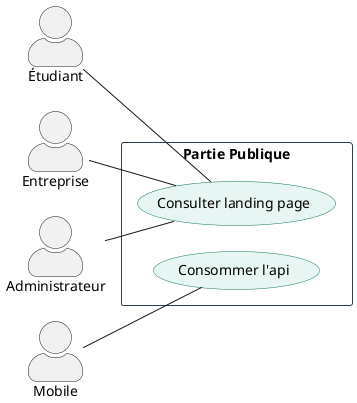
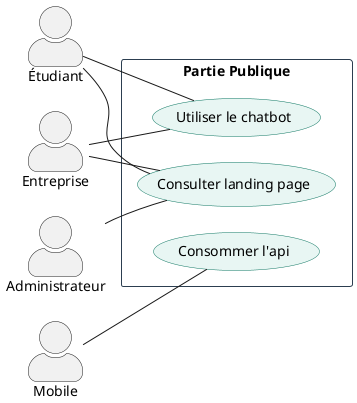
@startuml StageFlow_Public_UseCase
left to right direction
skinparam actorStyle awesome

skinparam packageStyle rectangle
skinparam shadowing false

skinparam package {
    BackgroundColor White
    BorderColor #2C3E50
}

skinparam usecase {
    BackgroundColor #E8F6F3
    BorderColor #117864
}

skinparam nodesep 25
skinparam ranksep 25

- 
actor "Étudiant" as E
actor "Entreprise" as Ent
actor "Administrateur" as Admin
actor "Mobile" as Mob

package "Partie Publique" {

    usecase "Consulter landing page" as UC1
-     usecase "Consommer l'api" as UC2
+     usecase "Utiliser le chatbot" as UC2
+     usecase "Consommer l'api" as UC3
}

+ E -- UC1
+ E -- UC2

- E -- UC1
Ent -- UC1
- Mob -- UC2
+ Ent -- UC2
+ 
Admin -- UC1

+ Mob -- UC3

@enduml